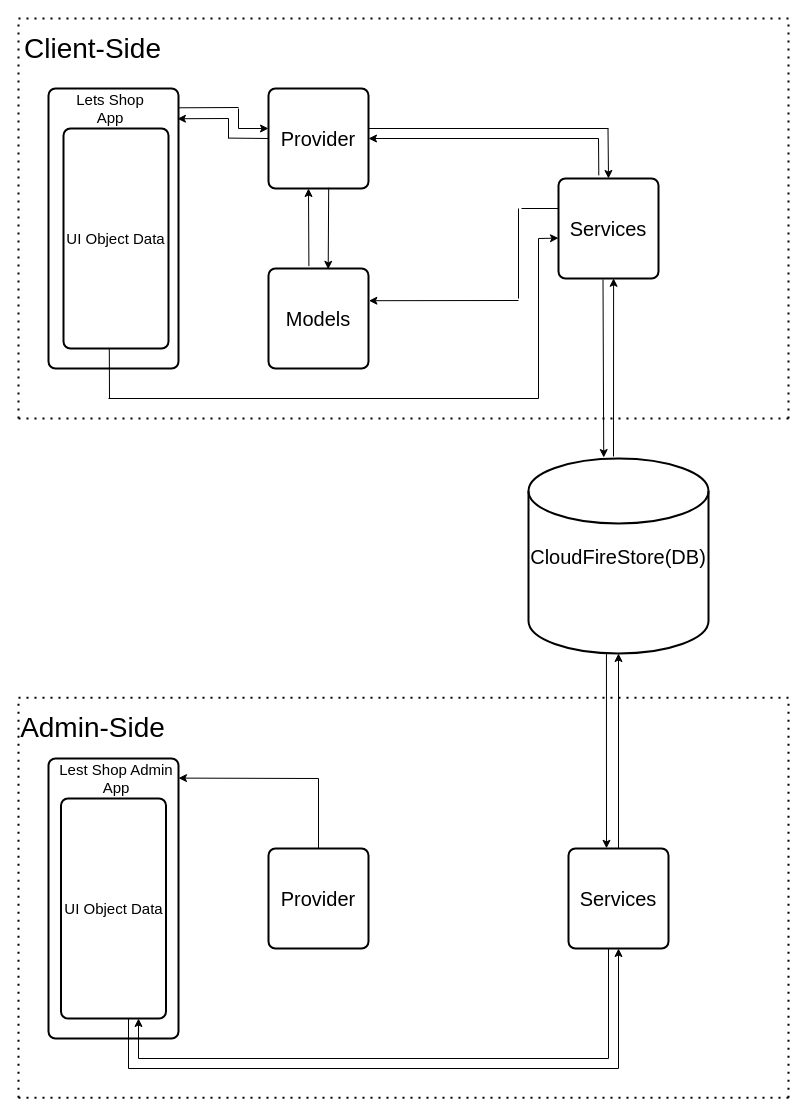
Above: page "Data Flow Program" (3 of 3) of flow_program.drawio in ambigo7/flutter_Ecommerce (draw.io), before the change. Source tidied: cells renumbered, new cells numbered last; positions are measured from the earlier drawing's top-left corner, leaving out a move shared by most shapes. Both pictures are drawn from the tidied source at 100%, with x=0, y=0 at pixel (17, 18).
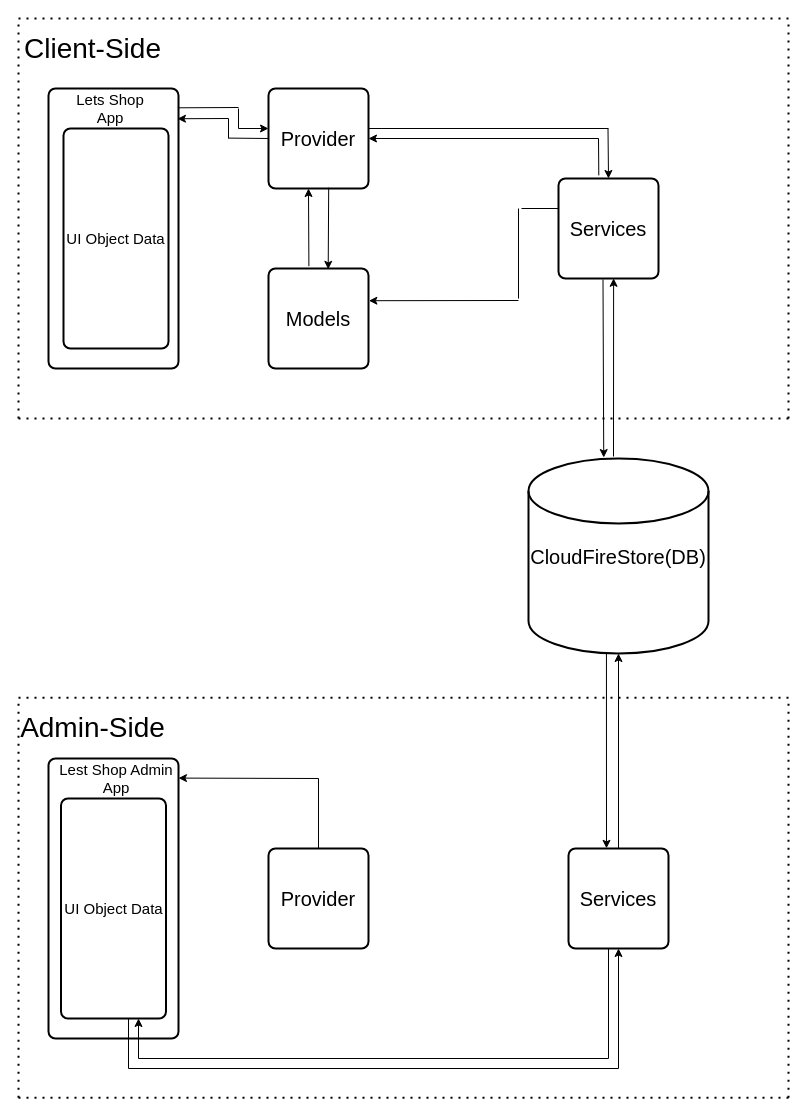
The same page after the edit.

Diff of the diagram source:
```diff
@@
-    <mxCell id="51" style="endArrow=none;html=1;fontSize=28;fillColor=#f8cecc;" parent="1" edge="1">
-      <mxGeometry relative="1" as="geometry">
-        <mxPoint x="521" y="380" as="sourcePoint" />
-        <mxPoint x="521" y="220" as="targetPoint" />
-      </mxGeometry>
-    </mxCell>
-    <mxCell id="52" style="endArrow=none;html=1;fontSize=28;fillColor=#f8cecc;" parent="1" edge="1">
-      <mxGeometry relative="1" as="geometry">
-        <mxPoint x="91" y="380" as="sourcePoint" />
-        <mxPoint x="521" y="380" as="targetPoint" />
-      </mxGeometry>
-    </mxCell>
-    <mxCell id="53" style="endArrow=none;html=1;fontSize=28;fillColor=#f8cecc;" parent="1" edge="1">
-      <mxGeometry relative="1" as="geometry">
-        <mxPoint x="92" y="380" as="sourcePoint" />
-        <mxPoint x="91.8" y="330" as="targetPoint" />
-      </mxGeometry>
-    </mxCell>
-    <mxCell id="54" style="endArrow=classic;html=1;fillColor=#f8cecc;" parent="1" edge="1">
-      <mxGeometry relative="1" as="geometry">
-        <mxPoint x="521" y="220" as="sourcePoint" />
-        <mxPoint x="541" y="219.6" as="targetPoint" />
-      </mxGeometry>
-    </mxCell>
```
